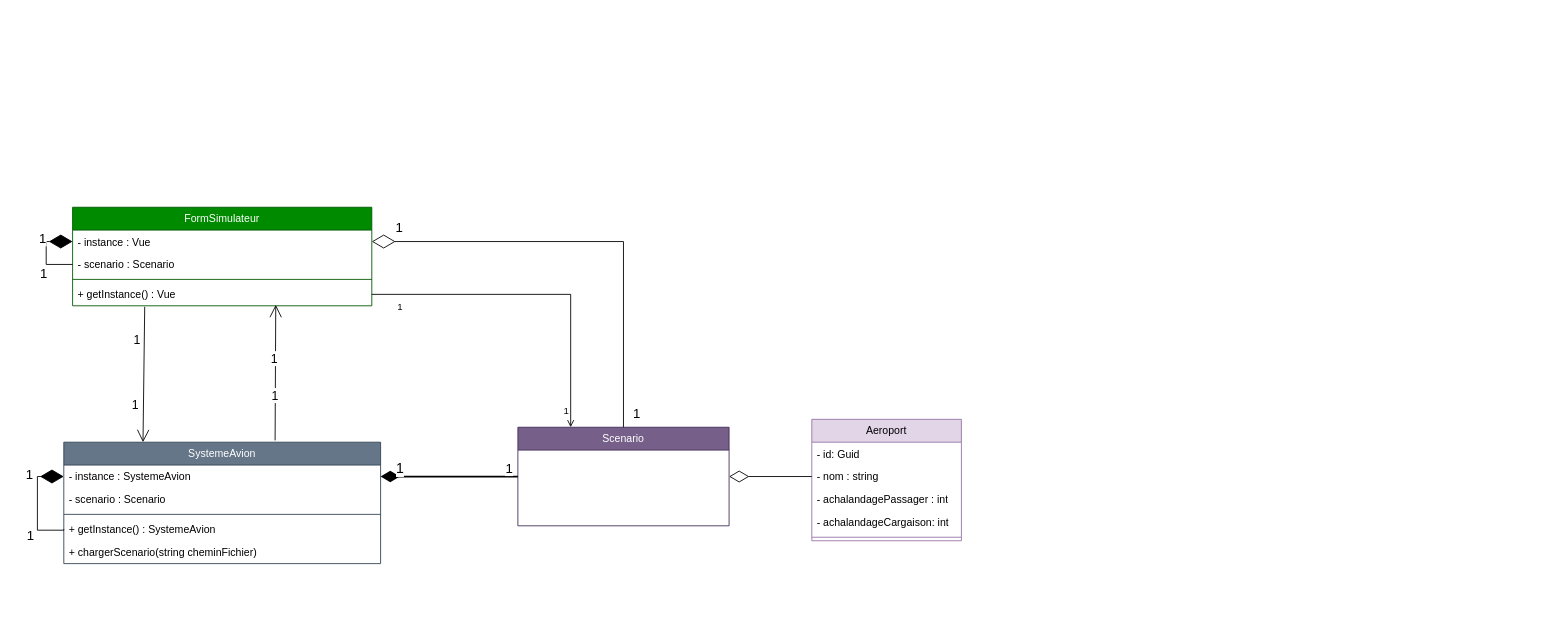
felixcharbonneau/Echec keeps this draw.io diagram as AviyonsSimulateur.drawio. Above is the earlier version. Source tidied: cells renumbered, new cells numbered last; positions are measured from the earlier drawing's top-left corner, leaving out a move shared by most shapes. Both pictures are drawn from the tidied source at 88%, with x=0, y=0 at pixel (37, 207).
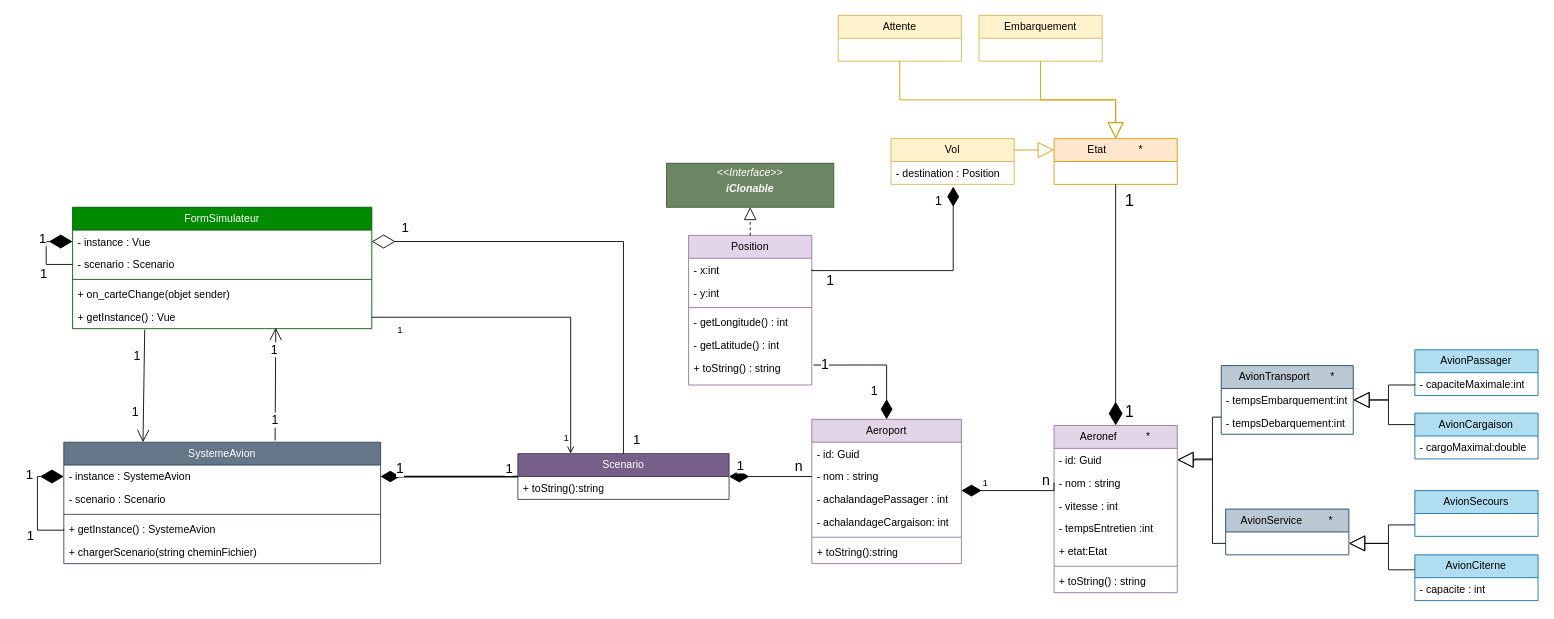
Above is the later version.

The change refers to these unchanged cells:
```xml
<mxCell id="26" style="endArrow=open;endFill=1;endSize=12;html=1;rounded=0;entryX=0.679;entryY=0.958;entryDx=0;entryDy=0;exitX=0.667;exitY=-0.015;exitDx=0;exitDy=0;exitPerimeter=0;entryPerimeter=0;" parent="1" edge="1" source="2" target="19">
  <mxGeometry relative="1" as="geometry" />
</mxCell>
<mxCell id="29" style="endArrow=diamondThin;endFill=0;endSize=24;html=1;rounded=0;exitX=0.5;exitY=0;exitDx=0;exitDy=0;edgeStyle=orthogonalEdgeStyle;entryX=1;entryY=0.5;entryDx=0;entryDy=0;" parent="1" edge="1" source="11" target="16">
  <mxGeometry relative="1" as="geometry">
    <Array as="points">
      <mxPoint x="666" y="39" />
    </Array>
  </mxGeometry>
</mxCell>
<mxCell id="37" value="- nom : string" style="text;strokeColor=none;fillColor=none;align=left;verticalAlign=top;spacingLeft=4;spacingRight=4;overflow=hidden;points=[[0,0.5],[1,0.5]];portConstraint=eastwest;whiteSpace=wrap;html=1;" parent="35" vertex="1">
  <mxGeometry y="52" width="170" height="26" as="geometry" />
</mxCell>
```

Diff of the diagram source:
```diff
@@
     <mxCell id="11" value="Scenario" style="swimlane;fontStyle=0;horizontal=1;startSize=26;fillColor=#76608a;whiteSpace=wrap;html=1;strokeColor=#432D57;fontColor=#ffffff;" parent="1" vertex="1">
-      <mxGeometry x="546" y="250" width="240" height="112" as="geometry" />
+      <mxGeometry x="546" y="280" width="240" height="52" as="geometry" />
     </mxCell>
+    <mxCell id="42" value="+ toString():string" style="text;strokeColor=none;fillColor=none;align=left;verticalAlign=top;spacingLeft=4;spacingRight=4;overflow=hidden;whiteSpace=wrap;html=1;" parent="11" vertex="1">
+      <mxGeometry y="26" width="240" height="26" as="geometry" />
+    </mxCell>
@@
     <mxCell id="15" value="FormSimulateur" style="swimlane;fontStyle=0;horizontal=1;startSize=26;fillColor=#008a00;whiteSpace=wrap;html=1;strokeColor=#005700;fontColor=#ffffff;" parent="1" vertex="1">
-      <mxGeometry x="40" width="340" height="112" as="geometry" />
+      <mxGeometry x="40" width="340" height="138" as="geometry" />
     </mxCell>
@@
+    <mxCell id="43" value="+ on_carteChange(objet sender)" style="text;strokeColor=none;fillColor=none;align=left;verticalAlign=top;spacingLeft=4;spacingRight=4;overflow=hidden;whiteSpace=wrap;html=1;" parent="15" vertex="1">
+      <mxGeometry y="86" width="340" height="26" as="geometry" />
+    </mxCell>
     <mxCell id="19" value="+ getInstance() : Vue" style="text;strokeColor=none;fillColor=none;align=left;verticalAlign=top;spacingLeft=4;spacingRight=4;overflow=hidden;points=[[0,0.5],[1,0.5]];portConstraint=eastwest;whiteSpace=wrap;html=1;" parent="15" vertex="1">
-      <mxGeometry y="86" width="340" height="26" as="geometry" />
+      <mxGeometry y="112" width="340" height="26" as="geometry" />
     </mxCell>
@@
     <mxCell id="27" value="1" style="edgeLabel;html=1;align=center;verticalAlign=middle;fontSize=14;" parent="26" vertex="1">
       <mxGeometry x="-0.43" y="-4" relative="1" as="geometry">
-        <mxPoint x="-5" y="-7" as="offset" />
+        <mxPoint x="-5" y="13" as="offset" />
       </mxGeometry>
     </mxCell>
     <mxCell id="28" value="1" style="edgeLabel;html=1;align=center;verticalAlign=middle;fontSize=14;" parent="26" vertex="1">
       <mxGeometry x="0.32" y="-4" relative="1" as="geometry">
-        <mxPoint x="-6" y="9" as="offset" />
+        <mxPoint x="-6" y="-19" as="offset" />
       </mxGeometry>
     </mxCell>
@@
     <mxCell id="30" value="1" style="edgeLabel;html=1;align=center;verticalAlign=middle;fontSize=15;" parent="29" vertex="1">
       <mxGeometry x="-0.62" y="-3" relative="1" as="geometry">
-        <mxPoint x="11" y="77" as="offset" />
+        <mxPoint x="11" y="83" as="offset" />
       </mxGeometry>
     </mxCell>
@@
     <mxCell id="35" value="Aeroport" style="swimlane;fontStyle=0;horizontal=1;startSize=26;fillColor=#e1d5e7;whiteSpace=wrap;html=1;strokeColor=#9673a6;" parent="1" vertex="1">
-      <mxGeometry x="880" y="241" width="170" height="138" as="geometry" />
+      <mxGeometry x="880" y="241" width="170" height="164" as="geometry" />
     </mxCell>
@@
+    <mxCell id="44" value="+ toString():string" style="text;strokeColor=none;fillColor=none;align=left;verticalAlign=top;spacingLeft=4;spacingRight=4;overflow=hidden;whiteSpace=wrap;html=1;" parent="35" vertex="1">
+      <mxGeometry y="138" width="170" height="26" as="geometry" />
+    </mxCell>
-    <mxCell id="41" style="edgeStyle=orthogonalEdgeStyle;rounded=0;jettySize=auto;html=1;endArrow=diamondThin;endFill=0;entryX=1;entryY=0.5;entryDx=0;entryDy=0;endSize=20;" parent="1" edge="1" source="37" target="11">
+    <mxCell id="41" style="edgeStyle=orthogonalEdgeStyle;rounded=0;jettySize=auto;html=1;endArrow=diamondThin;endFill=1;entryX=1;entryY=0.5;entryDx=0;entryDy=0;endSize=20;" parent="1" edge="1" source="37" target="11">
       <mxGeometry relative="1" as="geometry" />
     </mxCell>
+    <mxCell id="45" value="n" style="edgeLabel;html=1;align=center;verticalAlign=middle;fontSize=16;" parent="41" vertex="1">
+      <mxGeometry x="-0.66" y="-3" relative="1" as="geometry">
+        <mxPoint y="-10" as="offset" />
+      </mxGeometry>
+    </mxCell>
+    <mxCell id="46" value="1" style="edgeLabel;html=1;align=center;verticalAlign=middle;fontSize=15;" parent="1" vertex="1">
+      <mxGeometry x="690" y="272" as="geometry">
+        <mxPoint x="108" y="20" as="offset" />
+      </mxGeometry>
+    </mxCell>
+    <mxCell id="47" value="Aeronef&amp;nbsp; &amp;nbsp; &amp;nbsp; &amp;nbsp; &amp;nbsp; *" style="swimlane;fontStyle=0;horizontal=1;startSize=26;fillColor=#e1d5e7;whiteSpace=wrap;html=1;strokeColor=#9673a6;" parent="1" vertex="1">
+      <mxGeometry x="1155.3" y="248" width="140" height="190" as="geometry" />
+    </mxCell>
+    <mxCell id="48" value="- id: Guid" style="text;strokeColor=none;fillColor=none;align=left;verticalAlign=top;spacingLeft=4;spacingRight=4;overflow=hidden;points=[[0,0.5],[1,0.5]];portConstraint=eastwest;whiteSpace=wrap;html=1;" parent="47" vertex="1">
+      <mxGeometry y="26" width="140" height="26" as="geometry" />
+    </mxCell>
+    <mxCell id="49" value="- nom : string" style="text;strokeColor=none;fillColor=none;align=left;verticalAlign=top;spacingLeft=4;spacingRight=4;overflow=hidden;points=[[0,0.5],[1,0.5]];portConstraint=eastwest;whiteSpace=wrap;html=1;" parent="47" vertex="1">
+      <mxGeometry y="52" width="140" height="26" as="geometry" />
+    </mxCell>
+    <mxCell id="50" value="- vitesse : int" style="text;strokeColor=none;fillColor=none;align=left;verticalAlign=top;spacingLeft=4;spacingRight=4;overflow=hidden;whiteSpace=wrap;html=1;" parent="47" vertex="1">
+      <mxGeometry y="78" width="140" height="26" as="geometry" />
+    </mxCell>
+    <mxCell id="51" value="- tempsEntretien :int" style="text;strokeColor=none;fillColor=none;align=left;verticalAlign=top;spacingLeft=4;spacingRight=4;overflow=hidden;whiteSpace=wrap;html=1;" parent="47" vertex="1">
+      <mxGeometry y="104" width="140" height="26" as="geometry" />
+    </mxCell>
+    <mxCell id="52" value="+ etat:Etat" style="text;strokeColor=none;fillColor=none;align=left;verticalAlign=top;spacingLeft=4;spacingRight=4;overflow=hidden;whiteSpace=wrap;html=1;" parent="47" vertex="1">
+      <mxGeometry y="130" width="140" height="26" as="geometry" />
+    </mxCell>
+    <mxCell id="53" style="line;strokeWidth=1;fillColor=none;align=left;verticalAlign=middle;spacingTop=-1;spacingLeft=3;spacingRight=3;labelPosition=right;strokeColor=inherit;" parent="47" vertex="1">
+      <mxGeometry y="156" width="140" height="8" as="geometry" />
+    </mxCell>
+    <mxCell id="54" value="+ toString() : string" style="text;strokeColor=none;fillColor=none;align=left;verticalAlign=top;spacingLeft=4;spacingRight=4;overflow=hidden;whiteSpace=wrap;html=1;" parent="47" vertex="1">
+      <mxGeometry y="164" width="140" height="26" as="geometry" />
+    </mxCell>
+    <mxCell id="55" value="AvionPassager" style="swimlane;fontStyle=0;horizontal=1;startSize=26;fillColor=#b1ddf0;whiteSpace=wrap;html=1;strokeColor=#10739e;" parent="1" vertex="1">
+      <mxGeometry x="1565.3" y="162" width="140" height="52" as="geometry" />
+    </mxCell>
+    <mxCell id="56" value="- capaciteMaximale:int" style="text;strokeColor=none;fillColor=none;align=left;verticalAlign=top;spacingLeft=4;spacingRight=4;overflow=hidden;points=[[0,0.5],[1,0.5]];portConstraint=eastwest;whiteSpace=wrap;html=1;" parent="55" vertex="1">
+      <mxGeometry y="26" width="140" height="26" as="geometry" />
+    </mxCell>
+    <mxCell id="57" value="AvionCargaison" style="swimlane;fontStyle=0;horizontal=1;startSize=26;fillColor=#b1ddf0;whiteSpace=wrap;html=1;strokeColor=#10739e;" parent="1" vertex="1">
+      <mxGeometry x="1565.3" y="234" width="140" height="52" as="geometry" />
+    </mxCell>
+    <mxCell id="58" value="- cargoMaximal:double" style="text;strokeColor=none;fillColor=none;align=left;verticalAlign=top;spacingLeft=4;spacingRight=4;overflow=hidden;whiteSpace=wrap;html=1;" parent="57" vertex="1">
+      <mxGeometry y="26" width="140" height="26" as="geometry" />
+    </mxCell>
+    <mxCell id="59" value="AvionSecours" style="swimlane;fontStyle=0;horizontal=1;startSize=26;fillColor=#b1ddf0;whiteSpace=wrap;html=1;strokeColor=#10739e;" parent="1" vertex="1">
+      <mxGeometry x="1565.3" y="322" width="140" height="52" as="geometry" />
+    </mxCell>
+    <mxCell id="60" value="AvionCiterne" style="swimlane;fontStyle=0;horizontal=1;startSize=26;fillColor=#b1ddf0;whiteSpace=wrap;html=1;strokeColor=#10739e;" parent="1" vertex="1">
+      <mxGeometry x="1565.3" y="395" width="140" height="52" as="geometry" />
+    </mxCell>
+    <mxCell id="61" value="- capacite : int" style="text;strokeColor=none;fillColor=none;align=left;verticalAlign=top;spacingLeft=4;spacingRight=4;overflow=hidden;whiteSpace=wrap;html=1;" parent="60" vertex="1">
+      <mxGeometry y="26" width="140" height="26" as="geometry" />
+    </mxCell>
+    <mxCell id="62" value="AvionTransport&amp;nbsp; &amp;nbsp; &amp;nbsp; &amp;nbsp;*" style="swimlane;fontStyle=0;horizontal=1;startSize=26;fillColor=#bac8d3;whiteSpace=wrap;html=1;strokeColor=#23445d;" parent="1" vertex="1">
+      <mxGeometry x="1345.3" y="180" width="150" height="78" as="geometry" />
+    </mxCell>
+    <mxCell id="63" value="- tempsEmbarquement:int" style="text;strokeColor=none;fillColor=none;align=left;verticalAlign=top;spacingLeft=4;spacingRight=4;overflow=hidden;points=[[0,0.5],[1,0.5]];portConstraint=eastwest;whiteSpace=wrap;html=1;" parent="62" vertex="1">
+      <mxGeometry y="26" width="150" height="26" as="geometry" />
+    </mxCell>
+    <mxCell id="64" value="- tempsDebarquement:int" style="text;strokeColor=none;fillColor=none;align=left;verticalAlign=top;spacingLeft=4;spacingRight=4;overflow=hidden;whiteSpace=wrap;html=1;" parent="62" vertex="1">
+      <mxGeometry y="52" width="150" height="26" as="geometry" />
+    </mxCell>
+    <mxCell id="65" style="endArrow=block;endSize=16;endFill=0;html=1;rounded=0;entryX=1;entryY=0.5;entryDx=0;entryDy=0;exitX=0;exitY=0.75;exitDx=0;exitDy=0;edgeStyle=orthogonalEdgeStyle;" parent="1" edge="1" source="62" target="48">
+      <mxGeometry relative="1" as="geometry">
+        <Array as="points">
+          <mxPoint x="1335.3" y="238" />
+          <mxPoint x="1335.3" y="287" />
+        </Array>
+      </mxGeometry>
+    </mxCell>
+    <mxCell id="66" style="endArrow=block;endSize=16;endFill=0;html=1;rounded=0;entryX=1;entryY=0.5;entryDx=0;entryDy=0;exitX=0;exitY=0.25;exitDx=0;exitDy=0;edgeStyle=orthogonalEdgeStyle;" parent="1" edge="1" source="57" target="62">
+      <mxGeometry relative="1" as="geometry">
+        <Array as="points">
+          <mxPoint x="1535.3" y="247" />
+          <mxPoint x="1535.3" y="219" />
+        </Array>
+      </mxGeometry>
+    </mxCell>
+    <mxCell id="67" style="endArrow=block;endSize=16;endFill=0;html=1;rounded=0;entryX=1;entryY=0.5;entryDx=0;entryDy=0;exitX=0;exitY=0.5;exitDx=0;exitDy=0;edgeStyle=orthogonalEdgeStyle;" parent="1" edge="1" source="56" target="63">
+      <mxGeometry relative="1" as="geometry">
+        <Array as="points">
+          <mxPoint x="1565.3" y="202" />
+          <mxPoint x="1535.3" y="202" />
+          <mxPoint x="1535.3" y="219" />
+        </Array>
+      </mxGeometry>
+    </mxCell>
+    <mxCell id="68" value="AvionService&amp;nbsp; &amp;nbsp; &amp;nbsp; &amp;nbsp; &amp;nbsp;*" style="swimlane;fontStyle=0;horizontal=1;startSize=26;fillColor=#bac8d3;whiteSpace=wrap;html=1;strokeColor=#23445d;" parent="1" vertex="1">
+      <mxGeometry x="1350.3" y="343" width="140" height="52" as="geometry" />
+    </mxCell>
+    <mxCell id="69" style="endArrow=block;endSize=16;endFill=0;html=1;rounded=0;entryX=1;entryY=0.5;entryDx=0;entryDy=0;exitX=0;exitY=0.75;exitDx=0;exitDy=0;edgeStyle=orthogonalEdgeStyle;" parent="1" edge="1" source="68" target="48">
+      <mxGeometry relative="1" as="geometry">
+        <Array as="points">
+          <mxPoint x="1335.3" y="382" />
+          <mxPoint x="1335.3" y="286" />
+          <mxPoint x="1315.3" y="286" />
+          <mxPoint x="1315.3" y="287" />
+        </Array>
+      </mxGeometry>
+    </mxCell>
+    <mxCell id="70" style="endArrow=block;endSize=16;endFill=0;html=1;rounded=0;entryX=1;entryY=0.75;entryDx=0;entryDy=0;exitX=0;exitY=0.5;exitDx=0;exitDy=0;edgeStyle=orthogonalEdgeStyle;" parent="1" edge="1" target="68">
+      <mxGeometry relative="1" as="geometry">
+        <mxPoint x="1565.3" y="361" as="sourcePoint" />
+        <Array as="points">
+          <mxPoint x="1535.3" y="361" />
+          <mxPoint x="1535.3" y="382" />
+        </Array>
+      </mxGeometry>
+    </mxCell>
+    <mxCell id="71" style="endArrow=block;endSize=16;endFill=0;html=1;rounded=0;entryX=1;entryY=0.75;entryDx=0;entryDy=0;edgeStyle=orthogonalEdgeStyle;" parent="1" edge="1" target="68">
+      <mxGeometry relative="1" as="geometry">
+        <mxPoint x="1565.3" y="412" as="sourcePoint" />
+        <Array as="points">
+          <mxPoint x="1565.3" y="412" />
+          <mxPoint x="1535.3" y="412" />
+          <mxPoint x="1535.3" y="382" />
+        </Array>
+      </mxGeometry>
+    </mxCell>
+    <mxCell id="72" style="edgeStyle=orthogonalEdgeStyle;rounded=0;jettySize=auto;html=1;endArrow=diamondThin;endFill=1;endSize=20;exitX=0;exitY=0.5;exitDx=0;exitDy=0;" parent="1" edge="1" source="49">
+      <mxGeometry relative="1" as="geometry">
+        <mxPoint x="1050" y="322" as="targetPoint" />
+        <Array as="points">
+          <mxPoint x="1155" y="322" />
+        </Array>
+      </mxGeometry>
+    </mxCell>
+    <mxCell id="73" value="n" style="edgeLabel;html=1;align=center;verticalAlign=middle;fontSize=16;" parent="72" vertex="1">
+      <mxGeometry x="-0.66" y="-3" relative="1" as="geometry">
+        <mxPoint y="-10" as="offset" />
+      </mxGeometry>
+    </mxCell>
+    <mxCell id="74" value="1" style="edgeLabel;html=1;align=center;verticalAlign=middle;" parent="72" vertex="1">
+      <mxGeometry x="0.5" y="1" relative="1" as="geometry">
+        <mxPoint x="-2" y="-11" as="offset" />
+      </mxGeometry>
+    </mxCell>
+    <mxCell id="75" value="Etat&amp;nbsp; &amp;nbsp; &amp;nbsp; &amp;nbsp; &amp;nbsp; &amp;nbsp;*" style="swimlane;fontStyle=0;horizontal=1;startSize=26;fillColor=#ffe6cc;whiteSpace=wrap;html=1;strokeColor=#d79b00;" parent="1" vertex="1">
+      <mxGeometry x="1155.3" y="-78" width="140" height="52" as="geometry" />
+    </mxCell>
+    <mxCell id="76" style="endArrow=diamondThin;endFill=1;endSize=24;html=1;rounded=0;entryX=0.5;entryY=0;entryDx=0;entryDy=0;exitX=0.5;exitY=1;exitDx=0;exitDy=0;" parent="1" edge="1" source="75" target="47">
+      <mxGeometry relative="1" as="geometry" />
+    </mxCell>
+    <mxCell id="77" value="1" style="edgeLabel;html=1;align=center;verticalAlign=middle;fontSize=18;" parent="76" vertex="1">
+      <mxGeometry x="0.18" y="2" relative="1" as="geometry">
+        <mxPoint x="13" y="96" as="offset" />
+      </mxGeometry>
+    </mxCell>
+    <mxCell id="78" value="1" style="edgeLabel;html=1;align=center;verticalAlign=middle;fontSize=19;" parent="76" vertex="1">
+      <mxGeometry x="-0.32" y="-2" relative="1" as="geometry">
+        <mxPoint x="17" y="-75" as="offset" />
+      </mxGeometry>
+    </mxCell>
+    <mxCell id="79" value="Attente" style="swimlane;fontStyle=0;horizontal=1;startSize=26;fillColor=#fff2cc;whiteSpace=wrap;html=1;strokeColor=#d6b656;" parent="1" vertex="1">
+      <mxGeometry x="910" y="-218" width="140" height="52" as="geometry" />
+    </mxCell>
+    <mxCell id="80" style="endArrow=block;endSize=16;endFill=0;html=1;rounded=0;entryX=0.5;entryY=0;entryDx=0;entryDy=0;edgeStyle=orthogonalEdgeStyle;exitX=0.5;exitY=1;exitDx=0;exitDy=0;fillColor=#ffe6cc;strokeColor=#d79b00;" parent="1" edge="1" source="79" target="75">
+      <mxGeometry relative="1" as="geometry" />
+    </mxCell>
+    <mxCell id="81" value="Embarquement" style="swimlane;fontStyle=0;horizontal=1;startSize=26;fillColor=#fff2cc;whiteSpace=wrap;html=1;strokeColor=#d6b656;" parent="1" vertex="1">
+      <mxGeometry x="1070" y="-218" width="140" height="52" as="geometry" />
+    </mxCell>
+    <mxCell id="82" style="endArrow=block;endSize=16;endFill=0;html=1;rounded=0;entryX=0.5;entryY=0;entryDx=0;entryDy=0;edgeStyle=orthogonalEdgeStyle;exitX=0.5;exitY=1;exitDx=0;exitDy=0;fillColor=#ffe6cc;strokeColor=#d79b00;" parent="1" edge="1" source="81" target="75">
+      <mxGeometry relative="1" as="geometry" />
+    </mxCell>
+    <mxCell id="83" value="Vol" style="swimlane;fontStyle=0;horizontal=1;startSize=26;fillColor=#fff2cc;whiteSpace=wrap;html=1;strokeColor=#d6b656;" parent="1" vertex="1">
+      <mxGeometry x="970" y="-78" width="140" height="52" as="geometry" />
+    </mxCell>
+    <mxCell id="84" value="- destination : Position" style="text;strokeColor=none;fillColor=none;align=left;verticalAlign=top;spacingLeft=4;spacingRight=4;overflow=hidden;points=[[0,0.5],[1,0.5]];portConstraint=eastwest;whiteSpace=wrap;html=1;" parent="83" vertex="1">
+      <mxGeometry y="26" width="140" height="26" as="geometry" />
+    </mxCell>
+    <mxCell id="85" value="Position" style="swimlane;fontStyle=0;horizontal=1;startSize=26;fillColor=#e1d5e7;whiteSpace=wrap;html=1;strokeColor=#9673a6;" parent="1" vertex="1">
+      <mxGeometry x="740" y="32" width="140" height="170" as="geometry" />
+    </mxCell>
+    <mxCell id="86" value="- x:int" style="text;strokeColor=none;fillColor=none;align=left;verticalAlign=top;spacingLeft=4;spacingRight=4;overflow=hidden;points=[[0,0.5],[1,0.5]];portConstraint=eastwest;whiteSpace=wrap;html=1;" parent="85" vertex="1">
+      <mxGeometry y="26" width="140" height="26" as="geometry" />
+    </mxCell>
+    <mxCell id="87" value="- y:int" style="text;strokeColor=none;fillColor=none;align=left;verticalAlign=top;spacingLeft=4;spacingRight=4;overflow=hidden;whiteSpace=wrap;html=1;" parent="85" vertex="1">
+      <mxGeometry y="52" width="140" height="26" as="geometry" />
+    </mxCell>
+    <mxCell id="88" style="line;strokeWidth=1;fillColor=none;align=left;verticalAlign=middle;spacingTop=-1;spacingLeft=3;spacingRight=3;labelPosition=right;strokeColor=inherit;" parent="85" vertex="1">
+      <mxGeometry y="78" width="140" height="8" as="geometry" />
+    </mxCell>
+    <mxCell id="89" value="- getLongitude() : int" style="text;strokeColor=none;fillColor=none;align=left;verticalAlign=top;spacingLeft=4;spacingRight=4;overflow=hidden;whiteSpace=wrap;html=1;" parent="85" vertex="1">
+      <mxGeometry y="86" width="140" height="26" as="geometry" />
+    </mxCell>
+    <mxCell id="90" value="- getLatitude() : int" style="text;strokeColor=none;fillColor=none;align=left;verticalAlign=top;spacingLeft=4;spacingRight=4;overflow=hidden;whiteSpace=wrap;html=1;" parent="85" vertex="1">
+      <mxGeometry y="112" width="140" height="26" as="geometry" />
+    </mxCell>
+    <mxCell id="91" value="+ toString() : string" style="text;strokeColor=none;fillColor=none;align=left;verticalAlign=top;spacingLeft=4;spacingRight=4;overflow=hidden;points=[[0,0.5],[1,0.5]];portConstraint=eastwest;whiteSpace=wrap;html=1;" parent="85" vertex="1">
+      <mxGeometry y="138" width="140" height="32" as="geometry" />
+    </mxCell>
+    <mxCell id="92" value="&lt;p style=&quot;margin:0px;margin-top:4px;text-align:center;&quot;&gt;&lt;i&gt;&amp;lt;&amp;lt;Interface&amp;gt;&amp;gt;&lt;/i&gt;&lt;br&gt;&lt;/p&gt;&lt;p style=&quot;margin:0px;margin-top:4px;text-align:center;&quot;&gt;&lt;i&gt;&lt;b&gt;iClonable&lt;/b&gt;&lt;/i&gt;&lt;/p&gt;&lt;p style=&quot;margin:0px;margin-left:4px;&quot;&gt;&lt;br&gt;&lt;/p&gt;" style="verticalAlign=top;align=left;overflow=fill;html=1;whiteSpace=wrap;fillColor=#6d8764;fontColor=#ffffff;strokeColor=#3A5431;" parent="1" vertex="1">
+      <mxGeometry x="715" y="-50" width="190" height="50" as="geometry" />
+    </mxCell>
+    <mxCell id="93" style="endArrow=block;dashed=1;endFill=0;endSize=12;html=1;rounded=0;entryX=0.5;entryY=1;entryDx=0;entryDy=0;exitX=0.5;exitY=0;exitDx=0;exitDy=0;" parent="1" edge="1" source="85" target="92">
+      <mxGeometry relative="1" as="geometry" />
+    </mxCell>
+    <mxCell id="94" style="edgeStyle=orthogonalEdgeStyle;rounded=0;jettySize=auto;html=1;endArrow=diamondThin;endFill=1;endSize=20;exitX=1.014;exitY=0.291;exitDx=0;exitDy=0;exitPerimeter=0;" parent="1" edge="1" source="91" target="35">
+      <mxGeometry relative="1" as="geometry">
+        <Array as="points">
+          <mxPoint x="965" y="179" />
+        </Array>
+      </mxGeometry>
+    </mxCell>
+    <mxCell id="95" value="1" style="edgeLabel;html=1;align=center;verticalAlign=middle;fontSize=16;" parent="94" vertex="1">
+      <mxGeometry x="-0.66" y="-3" relative="1" as="geometry">
+        <mxPoint x="-12" y="-5" as="offset" />
+      </mxGeometry>
+    </mxCell>
+    <mxCell id="96" value="&lt;font style=&quot;font-size: 14px;&quot;&gt;1&lt;/font&gt;" style="edgeLabel;html=1;align=center;verticalAlign=middle;" parent="94" vertex="1">
+      <mxGeometry x="0.5" y="1" relative="1" as="geometry">
+        <mxPoint x="-16" y="3" as="offset" />
+      </mxGeometry>
+    </mxCell>
+    <mxCell id="97" style="edgeStyle=orthogonalEdgeStyle;rounded=0;jettySize=auto;html=1;endArrow=diamondThin;endFill=1;endSize=20;exitX=1;exitY=0.5;exitDx=0;exitDy=0;entryX=0.505;entryY=1.099;entryDx=0;entryDy=0;entryPerimeter=0;" parent="1" edge="1" source="86" target="84">
+      <mxGeometry relative="1" as="geometry">
+        <Array as="points">
+          <mxPoint x="1040" y="72" />
+          <mxPoint x="1040" y="-23" />
+        </Array>
+      </mxGeometry>
+    </mxCell>
+    <mxCell id="98" value="1" style="edgeLabel;html=1;align=center;verticalAlign=middle;fontSize=16;" parent="97" vertex="1">
+      <mxGeometry x="-0.66" y="-3" relative="1" as="geometry">
+        <mxPoint x="-23" y="7" as="offset" />
+      </mxGeometry>
+    </mxCell>
+    <mxCell id="99" value="&lt;font style=&quot;font-size: 14px;&quot;&gt;1&lt;/font&gt;" style="edgeLabel;html=1;align=center;verticalAlign=middle;" parent="97" vertex="1">
+      <mxGeometry x="0.5" y="1" relative="1" as="geometry">
+        <mxPoint x="-16" y="-48" as="offset" />
+      </mxGeometry>
+    </mxCell>
+    <mxCell id="100" style="endArrow=block;endSize=16;endFill=0;html=1;rounded=0;entryX=0;entryY=0.25;entryDx=0;entryDy=0;edgeStyle=orthogonalEdgeStyle;exitX=1;exitY=0.25;exitDx=0;exitDy=0;fillColor=#ffe6cc;strokeColor=#d79b00;" parent="1" edge="1" source="83" target="75">
+      <mxGeometry relative="1" as="geometry" />
+    </mxCell>
```
